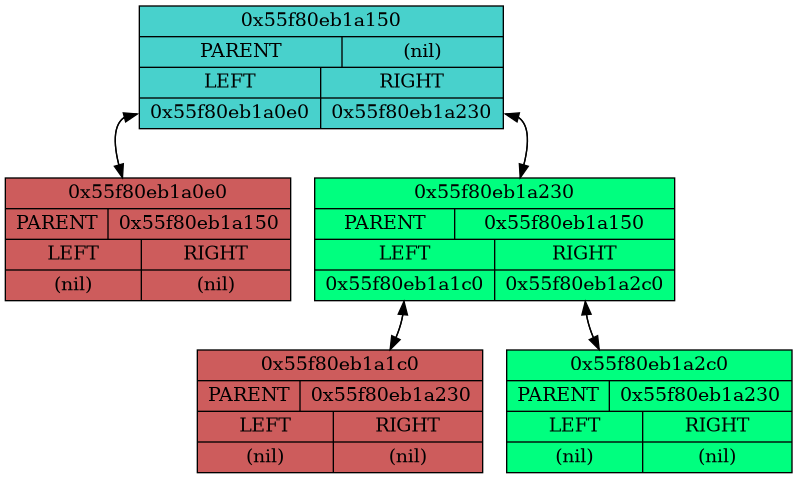
AlgebraicWolf/Differentiator keeps this Graphviz diagram as cmake-build-debug/dump.dot.png. Above is the earlier version. Its source is kept beside it as cmake-build-debug/dump.dot.
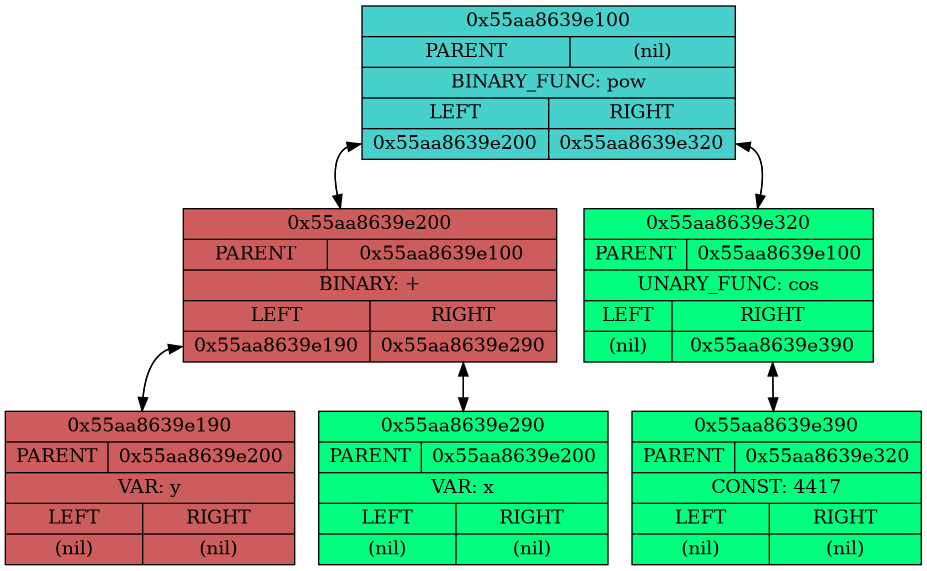
The same diagram one commit later.

Change to the diagram source:
```diff
@@ -1,16 +1,19 @@
 digraph {
 concentrate=true
-node0x559c352d1150[shape=record, label="{0x559c352d1150 | {PARENT|(nil)} | {{LEFT |<left> 0x559c352d10e0} | {RIGHT |<right> 0x559c352d1230}}}", style=filled, fillcolor=mediumturquoise];
-node0x559c352d10e0[shape=record, label="{0x559c352d10e0 | {PARENT|0x559c352d1150} | {{LEFT |<left> (nil)} | {RIGHT |<right> (nil)}}}", style=filled, fillcolor=indianred];
-node0x559c352d10e0 -> node0x559c352d1150:left;
-node0x559c352d1150:left -> node0x559c352d10e0;
-node0x559c352d1230[shape=record, label="{0x559c352d1230 | {PARENT|0x559c352d1150} | {{LEFT |<left> 0x559c352d11c0} | {RIGHT |<right> 0x559c352d12c0}}}", style=filled, fillcolor=springgreen];
-node0x559c352d1230 -> node0x559c352d1150:right;
-node0x559c352d1150:right -> node0x559c352d1230;
-node0x559c352d11c0[shape=record, label="{0x559c352d11c0 | {PARENT|0x559c352d1230} | {{LEFT |<left> (nil)} | {RIGHT |<right> (nil)}}}", style=filled, fillcolor=indianred];
-node0x559c352d11c0 -> node0x559c352d1230:left;
-node0x559c352d1230:left -> node0x559c352d11c0;
-node0x559c352d12c0[shape=record, label="{0x559c352d12c0 | {PARENT|0x559c352d1230} | {{LEFT |<left> (nil)} | {RIGHT |<right> (nil)}}}", style=filled, fillcolor=springgreen];
-node0x559c352d12c0 -> node0x559c352d1230:right;
-node0x559c352d1230:right -> node0x559c352d12c0;
+node0x55aa8639e100[shape=record, label="{0x55aa8639e100 | {PARENT|(nil)}| BINARY_FUNC: pow | {{LEFT |<left> 0x55aa8639e200} | {RIGHT |<right> 0x55aa8639e320}}}", style=filled, fillcolor=mediumturquoise];
+node0x55aa8639e200[shape=record, label="{0x55aa8639e200 | {PARENT|0x55aa8639e100}| BINARY: + | {{LEFT |<left> 0x55aa8639e190} | {RIGHT |<right> 0x55aa8639e290}}}", style=filled, fillcolor=indianred];
+node0x55aa8639e200 -> node0x55aa8639e100:left;
+node0x55aa8639e100:left -> node0x55aa8639e200;
+node0x55aa8639e190[shape=record, label="{0x55aa8639e190 | {PARENT|0x55aa8639e200}| VAR: y | {{LEFT |<left> (nil)} | {RIGHT |<right> (nil)}}}", style=filled, fillcolor=indianred];
+node0x55aa8639e190 -> node0x55aa8639e200:left;
+node0x55aa8639e200:left -> node0x55aa8639e190;
+node0x55aa8639e290[shape=record, label="{0x55aa8639e290 | {PARENT|0x55aa8639e200}| VAR: x | {{LEFT |<left> (nil)} | {RIGHT |<right> (nil)}}}", style=filled, fillcolor=springgreen];
+node0x55aa8639e290 -> node0x55aa8639e200:right;
+node0x55aa8639e200:right -> node0x55aa8639e290;
+node0x55aa8639e320[shape=record, label="{0x55aa8639e320 | {PARENT|0x55aa8639e100}| UNARY_FUNC: cos | {{LEFT |<left> (nil)} | {RIGHT |<right> 0x55aa8639e390}}}", style=filled, fillcolor=springgreen];
+node0x55aa8639e320 -> node0x55aa8639e100:right;
+node0x55aa8639e100:right -> node0x55aa8639e320;
+node0x55aa8639e390[shape=record, label="{0x55aa8639e390 | {PARENT|0x55aa8639e320}| CONST: 4417 | {{LEFT |<left> (nil)} | {RIGHT |<right> (nil)}}}", style=filled, fillcolor=springgreen];
+node0x55aa8639e390 -> node0x55aa8639e320:right;
+node0x55aa8639e320:right -> node0x55aa8639e390;
 }
```
